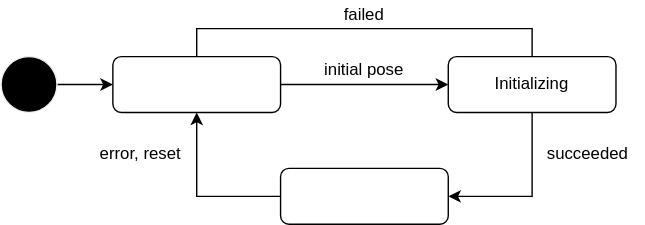
The draw.io diagram docs/design/autoware-interface/ad-api/states/localization.drawio.svg in tier4/autoware-documentation, before a commit. Source tidied: cells renumbered, new cells last; positions are measured from the earlier drawing's top-left corner, leaving out a move shared by most shapes. The source it was exported from:
```xml
<mxGraphModel>
  <root>
    <mxCell id="0" />
    <mxCell id="1" parent="0" />
    <mxCell id="2" style="edgeStyle=none;html=1;" parent="1" edge="1" source="3" target="7">
      <mxGeometry relative="1" as="geometry" />
    </mxCell>
    <mxCell id="3" style="shape=ellipse;html=1;fillColor=#000000;fontSize=18;fontColor=#ffffff;strokeColor=#F0F0F0;" parent="1" vertex="1">
      <mxGeometry y="40" width="40" height="40" as="geometry" />
    </mxCell>
    <mxCell id="4" style="edgeStyle=orthogonalEdgeStyle;rounded=0;html=1;" parent="1" edge="1" source="5" target="7">
      <mxGeometry relative="1" as="geometry">
        <Array as="points">
          <mxPoint x="140" y="140" />
        </Array>
      </mxGeometry>
    </mxCell>
    <mxCell id="5" style="rounded=1;whiteSpace=wrap;html=1;" parent="1" vertex="1">
      <mxGeometry x="200" y="120" width="120" height="40" as="geometry" />
    </mxCell>
    <mxCell id="6" style="edgeStyle=none;html=1;" parent="1" edge="1" source="7" target="10">
      <mxGeometry relative="1" as="geometry" />
    </mxCell>
    <mxCell id="7" style="rounded=1;whiteSpace=wrap;html=1;" parent="1" vertex="1">
      <mxGeometry x="80" y="40" width="120" height="40" as="geometry" />
    </mxCell>
    <mxCell id="8" style="edgeStyle=orthogonalEdgeStyle;html=1;rounded=0;" parent="1" edge="1" source="10" target="5">
      <mxGeometry relative="1" as="geometry">
        <Array as="points">
          <mxPoint x="380" y="140" />
        </Array>
      </mxGeometry>
    </mxCell>
    <mxCell id="9" style="edgeStyle=orthogonalEdgeStyle;rounded=0;html=1;entryX=0.5;entryY=0;entryDx=0;entryDy=0;endArrow=none;endFill=0;" parent="1" edge="1" source="10" target="7">
      <mxGeometry relative="1" as="geometry">
        <Array as="points">
          <mxPoint x="380" y="20" />
          <mxPoint x="140" y="20" />
        </Array>
      </mxGeometry>
    </mxCell>
    <mxCell id="10" value="Initializing" style="rounded=1;whiteSpace=wrap;html=1;" parent="1" vertex="1">
      <mxGeometry x="320" y="40" width="120" height="40" as="geometry" />
    </mxCell>
    <mxCell id="11" value="error, reset" style="text;html=1;strokeColor=none;fillColor=none;align=center;verticalAlign=middle;whiteSpace=wrap;rounded=0;" parent="1" vertex="1">
      <mxGeometry x="60" y="100" width="80" height="20" as="geometry" />
    </mxCell>
    <mxCell id="12" value="succeeded" style="text;html=1;strokeColor=none;fillColor=none;align=center;verticalAlign=middle;whiteSpace=wrap;rounded=0;" parent="1" vertex="1">
      <mxGeometry x="380" y="100" width="80" height="20" as="geometry" />
    </mxCell>
    <mxCell id="13" value="initial pose" style="text;html=1;strokeColor=none;fillColor=none;align=center;verticalAlign=middle;whiteSpace=wrap;rounded=0;" parent="1" vertex="1">
      <mxGeometry x="200" y="40" width="120" height="20" as="geometry" />
    </mxCell>
    <mxCell id="14" value="failed" style="text;html=1;strokeColor=none;fillColor=none;align=center;verticalAlign=middle;whiteSpace=wrap;rounded=0;" parent="1" vertex="1">
      <mxGeometry x="200" width="120" height="20" as="geometry" />
    </mxCell>
  </root>
</mxGraphModel>
```
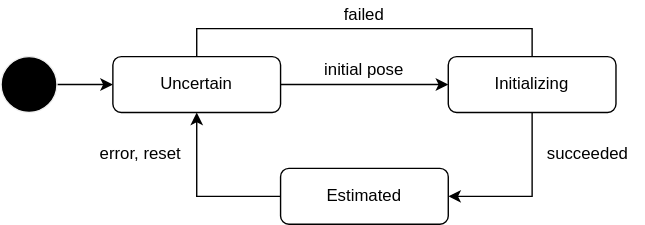
The same diagram one commit later.

What changed in the source:
```diff
@@ -15,13 +15,13 @@
         </Array>
       </mxGeometry>
     </mxCell>
-    <mxCell id="5" style="rounded=1;whiteSpace=wrap;html=1;" parent="1" vertex="1">
+    <mxCell id="5" value="Estimated" style="rounded=1;whiteSpace=wrap;html=1;" parent="1" vertex="1">
       <mxGeometry x="200" y="120" width="120" height="40" as="geometry" />
     </mxCell>
     <mxCell id="6" style="edgeStyle=none;html=1;" parent="1" edge="1" source="7" target="10">
       <mxGeometry relative="1" as="geometry" />
     </mxCell>
-    <mxCell id="7" style="rounded=1;whiteSpace=wrap;html=1;" parent="1" vertex="1">
+    <mxCell id="7" value="Uncertain" style="rounded=1;whiteSpace=wrap;html=1;" parent="1" vertex="1">
       <mxGeometry x="80" y="40" width="120" height="40" as="geometry" />
     </mxCell>
     <mxCell id="8" style="edgeStyle=orthogonalEdgeStyle;html=1;rounded=0;" parent="1" edge="1" source="10" target="5">
```
